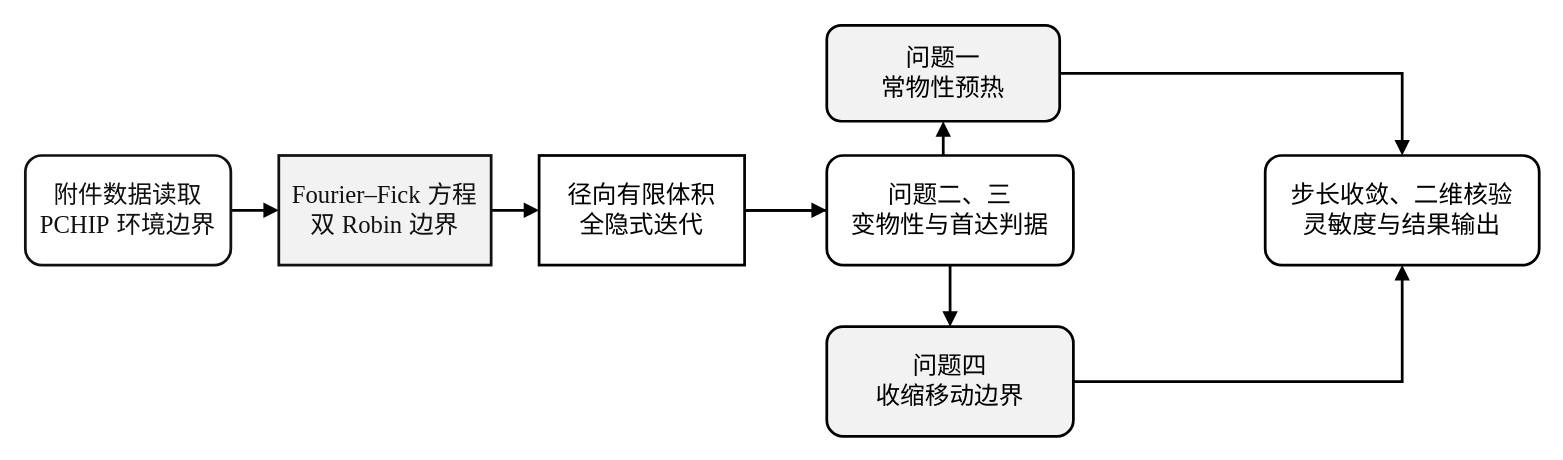
Ruan-WH/26mathmodel keeps this draw.io diagram as CUMCM2026Problems/A题/drawio/overall_roadmap.drawio. Above is the earlier version. Source tidied: cells renumbered, new cells numbered last; positions are measured from the earlier drawing's top-left corner, leaving out a move shared by most shapes. Both pictures are drawn from the tidied source at 137%, with x=0, y=0 at pixel (25, 25).
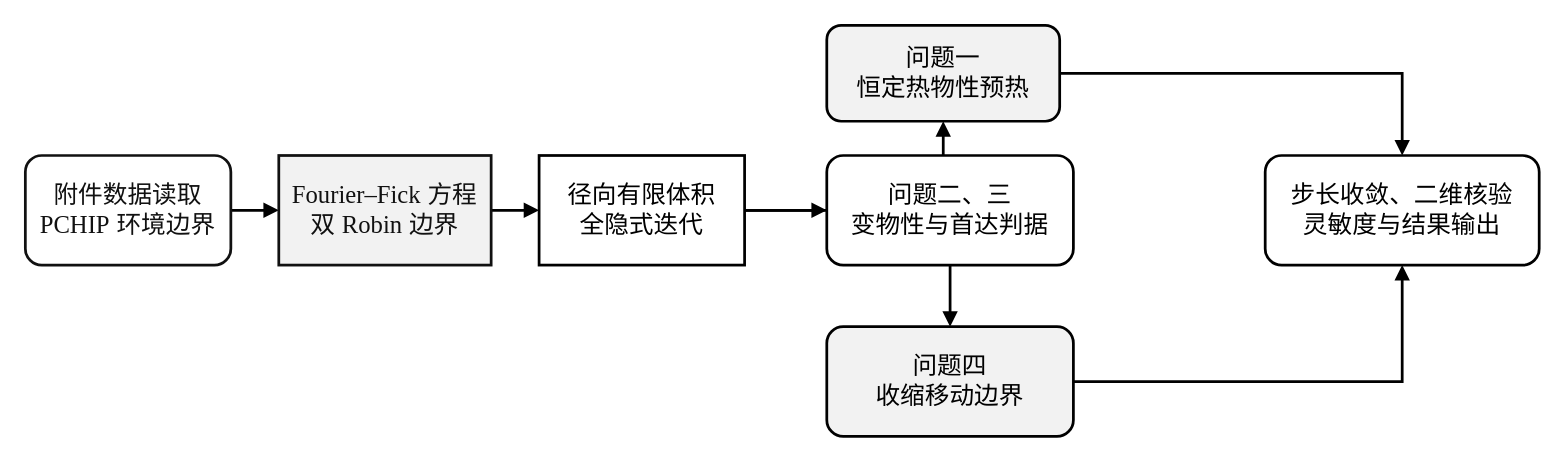
Above is the later version.

Diff of the diagram source:
```diff
@@
 <mxGraphModel>
   <root>
     <mxCell id="0" />
     <mxCell id="1" parent="0" />
     <mxCell id="2" style="edgeStyle=orthogonalEdgeStyle;rounded=0;jettySize=auto;html=1;endArrow=block;endFill=1;strokeWidth=2;strokeColor=#000000;" parent="1" edge="1" source="7" target="8">
       <mxGeometry relative="1" as="geometry" />
     </mxCell>
     <mxCell id="3" style="edgeStyle=orthogonalEdgeStyle;rounded=0;jettySize=auto;html=1;endArrow=block;endFill=1;strokeWidth=2;strokeColor=#000000;" parent="1" edge="1" source="8" target="9">
       <mxGeometry relative="1" as="geometry" />
     </mxCell>
     <mxCell id="4" style="edgeStyle=orthogonalEdgeStyle;rounded=0;jettySize=auto;html=1;endArrow=block;endFill=1;strokeWidth=2;strokeColor=#000000;" parent="1" edge="1" source="9" target="10">
       <mxGeometry relative="1" as="geometry" />
     </mxCell>
     <mxCell id="5" style="edgeStyle=orthogonalEdgeStyle;rounded=0;jettySize=auto;html=1;endArrow=block;endFill=1;strokeWidth=2;strokeColor=#000000;" parent="1" edge="1" source="10" target="15">
       <mxGeometry relative="1" as="geometry" />
     </mxCell>
     <mxCell id="6" style="edgeStyle=orthogonalEdgeStyle;rounded=0;jettySize=auto;html=1;endArrow=block;endFill=1;strokeWidth=2;strokeColor=#000000;" parent="1" edge="1" source="11" target="12">
       <mxGeometry relative="1" as="geometry" />
     </mxCell>
     <mxCell id="7" value="&lt;font face=&quot;SimSun&quot;&gt;附件数据读取&lt;/font&gt;&lt;br&gt;&lt;font face=&quot;Times New Roman&quot;&gt;PCHIP&lt;/font&gt;&lt;font face=&quot;SimSun&quot;&gt; 环境边界&lt;/font&gt;" style="rounded=1;whiteSpace=wrap;html=1;strokeColor=#111111;strokeWidth=2;fillColor=#ffffff;fontFamily=SimSun;fontSize=18;fontColor=#111111;" parent="1" vertex="1">
       <mxGeometry y="95" width="150" height="80" as="geometry" />
     </mxCell>
     <mxCell id="8" value="&lt;font face=&quot;Times New Roman&quot;&gt;Fourier–Fick&lt;/font&gt;&lt;font face=&quot;SimSun&quot;&gt; 方程&lt;/font&gt;&lt;br&gt;&lt;font face=&quot;SimSun&quot;&gt;双 &lt;/font&gt;&lt;font face=&quot;Times New Roman&quot;&gt;Robin&lt;/font&gt;&lt;font face=&quot;SimSun&quot;&gt; 边界&lt;/font&gt;" style="rounded=0;whiteSpace=wrap;html=1;strokeColor=#111111;strokeWidth=2;fillColor=#f2f2f2;fontFamily=SimSun;fontSize=18;fontColor=#111111;" parent="1" vertex="1">
       <mxGeometry x="185" y="95" width="155" height="80" as="geometry" />
     </mxCell>
     <mxCell id="9" value="径向有限体积&#10;全隐式迭代" style="rounded=0;whiteSpace=wrap;html=1;strokeColor=#000000;strokeWidth=2;fillColor=#ffffff;fontFamily=SimSun;fontSize=18;fontColor=#000000;" parent="1" vertex="1">
       <mxGeometry x="375" y="95" width="150" height="80" as="geometry" />
     </mxCell>
-    <mxCell id="10" value="问题一&#10;常物性预热" style="rounded=1;whiteSpace=wrap;html=1;strokeColor=#000000;strokeWidth=2;fillColor=#f2f2f2;fontFamily=SimSun;fontSize=18;fontColor=#000000;" parent="1" vertex="1">
+    <mxCell id="10" value="问题一&#10;恒定热物性预热" style="rounded=1;whiteSpace=wrap;html=1;strokeColor=#000000;strokeWidth=2;fillColor=#f2f2f2;fontFamily=SimSun;fontSize=18;fontColor=#000000;" parent="1" vertex="1">
       <mxGeometry x="585" width="170" height="70" as="geometry" />
     </mxCell>
     <mxCell id="11" value="问题二、三&#10;变物性与首达判据" style="rounded=1;whiteSpace=wrap;html=1;strokeColor=#000000;strokeWidth=2;fillColor=#ffffff;fontFamily=SimSun;fontSize=18;fontColor=#000000;" parent="1" vertex="1">
       <mxGeometry x="585" y="95" width="180" height="80" as="geometry" />
     </mxCell>
     <mxCell id="12" value="问题四&#10;收缩移动边界" style="rounded=1;whiteSpace=wrap;html=1;strokeColor=#000000;strokeWidth=2;fillColor=#f2f2f2;fontFamily=SimSun;fontSize=18;fontColor=#000000;" parent="1" vertex="1">
       <mxGeometry x="585" y="220" width="180" height="80" as="geometry" />
     </mxCell>
     <mxCell id="13" style="edgeStyle=orthogonalEdgeStyle;rounded=0;jettySize=auto;html=1;endArrow=block;endFill=1;strokeWidth=2;strokeColor=#000000;" parent="1" edge="1" source="9" target="11">
       <mxGeometry relative="1" as="geometry" />
     </mxCell>
     <mxCell id="14" style="edgeStyle=orthogonalEdgeStyle;rounded=0;jettySize=auto;html=1;endArrow=block;endFill=1;strokeWidth=2;strokeColor=#000000;" parent="1" edge="1" source="12" target="15">
       <mxGeometry relative="1" as="geometry" />
     </mxCell>
     <mxCell id="15" value="步长收敛、二维核验&#10;灵敏度与结果输出" style="rounded=1;whiteSpace=wrap;html=1;strokeColor=#000000;strokeWidth=2;fillColor=#ffffff;fontFamily=SimSun;fontSize=18;fontColor=#000000;" parent="1" vertex="1">
       <mxGeometry x="905" y="95" width="200" height="80" as="geometry" />
     </mxCell>
   </root>
 </mxGraphModel>
```
